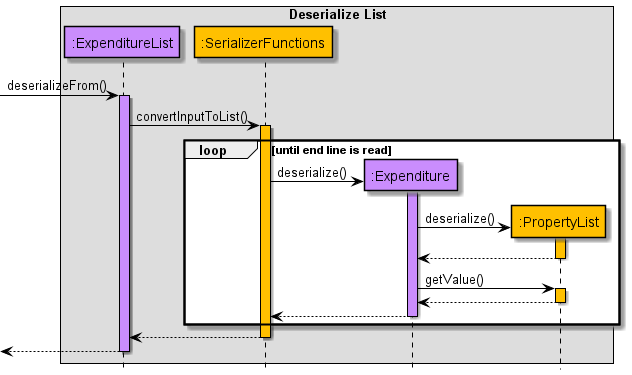
The PlantUML diagram docs/images/DeserializeListSequenceDiagramFinal.png in nus-cs2113-AY2122S2/tp, before a commit.
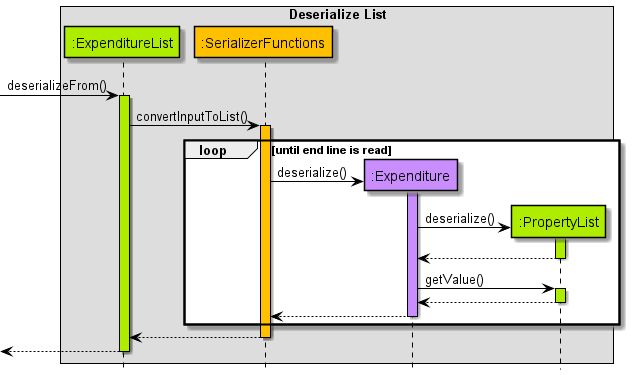
The same file after the commit.

What changed in the source:
```diff
@@ -9,15 +9,15 @@
 }
 
 box Deserialize List
-participant ":ExpenditureList" as ExpenditureList USERFINANCIAL_COLOUR
+participant ":ExpenditureList" as ExpenditureList DATA_COLOUR
 participant ":SerializerFunctions" as SerializerFunctions STORAGE_COLOUR
 participant ":Expenditure" as Expenditure USERFINANCIAL_COLOUR
-participant ":PropertyList" as PropertyList STORAGE_COLOUR
+participant ":PropertyList" as PropertyList DATA_COLOUR
 end box
 hide footbox
 
 [-> ExpenditureList : deserializeFrom()
-activate ExpenditureList USERFINANCIAL_COLOUR
+activate ExpenditureList DATA_COLOUR
 ExpenditureList -> SerializerFunctions : convertInputToList()
 activate SerializerFunctions STORAGE_COLOUR
 loop until end line is read
@@ -26,11 +26,11 @@
     deactivate Expenditure
 
     Expenditure -> PropertyList ** : deserialize()
-    activate PropertyList STORAGE_COLOUR
+    activate PropertyList DATA_COLOUR
     deactivate PropertyList
     PropertyList --> Expenditure --
     Expenditure -> PropertyList: getValue()
-    activate PropertyList STORAGE_COLOUR
+    activate PropertyList DATA_COLOUR
     PropertyList --> Expenditure --
 
     Expenditure --> SerializerFunctions --
```
